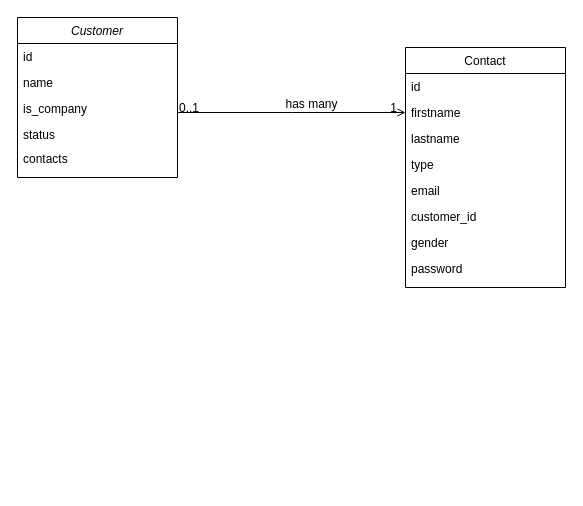
Earlier version of the draw.io diagram mini-crm.drawio (ylahssini/dx-blog). Source tidied: cells renumbered, new cells numbered last; positions are measured from the earlier drawing's top-left corner, leaving out a move shared by most shapes. Both pictures are drawn from the tidied source at 100%, with x=0, y=0 at pixel (17, 17).
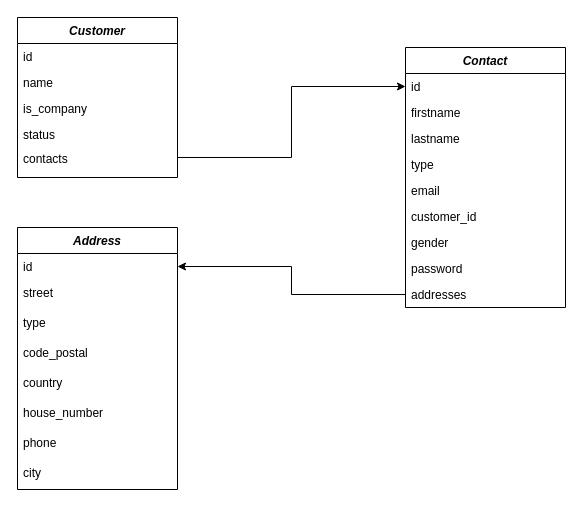
Above is the later version.

Unchanged cells that the change refers to:
```xml
<mxCell id="7" value="contacts" style="text;align=left;verticalAlign=top;spacingLeft=4;spacingRight=4;overflow=hidden;points=[[0,0.5],[1,0.5]];portConstraint=eastwest;rounded=0;shadow=0;html=0;" parent="2" vertex="1">
  <mxGeometry y="128" width="160" height="24" as="geometry" />
</mxCell>
<mxCell id="9" value="id" style="text;align=left;verticalAlign=top;spacingLeft=4;spacingRight=4;overflow=hidden;points=[[0,0.5],[1,0.5]];portConstraint=eastwest;" parent="8" vertex="1">
  <mxGeometry y="26" width="160" height="26" as="geometry" />
</mxCell>
```

Diff of the diagram source:
```diff
@@
-    <mxCell id="2" value="Customer" style="swimlane;fontStyle=2;align=center;verticalAlign=top;horizontal=1;startSize=26;rounded=0;shadow=0;strokeWidth=1;" parent="1" vertex="1">
+    <mxCell id="2" value="Customer" style="swimlane;fontStyle=3;align=center;verticalAlign=top;horizontal=1;startSize=26;rounded=0;shadow=0;strokeWidth=1;" parent="1" vertex="1">
       <mxGeometry width="160" height="160" as="geometry" />
     </mxCell>
@@
-    <mxCell id="8" value="Contact" style="swimlane;fontStyle=0;align=center;verticalAlign=top;horizontal=1;startSize=26;rounded=0;shadow=0;strokeWidth=1;" parent="1" vertex="1">
-      <mxGeometry x="388" y="30" width="160" height="240" as="geometry" />
+    <mxCell id="8" value="Contact" style="swimlane;fontStyle=3;align=center;verticalAlign=top;horizontal=1;startSize=26;rounded=0;shadow=0;strokeWidth=1;" parent="1" vertex="1">
+      <mxGeometry x="388" y="30" width="160" height="260" as="geometry" />
     </mxCell>
@@
-    <mxCell id="17" style="endArrow=open;shadow=0;strokeWidth=1;rounded=0;endFill=1;edgeStyle=elbowEdgeStyle;elbow=vertical;" parent="1" edge="1" source="2" target="8">
-      <mxGeometry x="0.5" y="41" relative="1" as="geometry">
-        <mxPoint x="-40" y="32" as="offset" />
-      </mxGeometry>
-    </mxCell>
-    <mxCell id="18" value="0..1" style="align=left;verticalAlign=bottom;labelBackgroundColor=none;fontSize=12;" parent="17" vertex="1">
-      <mxGeometry x="-1" relative="1" as="geometry">
-        <mxPoint y="4" as="offset" />
-      </mxGeometry>
-    </mxCell>
-    <mxCell id="19" value="1" style="align=right;verticalAlign=bottom;labelBackgroundColor=none;fontSize=12;" parent="17" vertex="1">
-      <mxGeometry x="1" relative="1" as="geometry">
-        <mxPoint x="-7" y="4" as="offset" />
-      </mxGeometry>
-    </mxCell>
-    <mxCell id="20" value="has many" style="text;html=1;align=center;verticalAlign=middle;labelBackgroundColor=none;rounded=0;shadow=0;strokeWidth=1;fontSize=12;" parent="17" vertex="1">
-      <mxGeometry x="0.5" y="49" relative="1" as="geometry">
-        <mxPoint x="-38" y="40" as="offset" />
-      </mxGeometry>
-    </mxCell>
+    <mxCell id="21" value="addresses" style="text;align=left;verticalAlign=top;spacingLeft=4;spacingRight=4;overflow=hidden;points=[[0,0.5],[1,0.5]];portConstraint=eastwest;" parent="8" vertex="1">
+      <mxGeometry y="234" width="160" height="26" as="geometry" />
+    </mxCell>
+    <mxCell id="22" value="Address" style="swimlane;fontStyle=3;align=center;verticalAlign=top;horizontal=1;startSize=26;" parent="1" vertex="1">
+      <mxGeometry y="210" width="160" height="262" as="geometry" />
+    </mxCell>
+    <mxCell id="23" value="id" style="text;strokeColor=none;fillColor=none;align=left;verticalAlign=top;spacingLeft=4;spacingRight=4;overflow=hidden;points=[[0,0.5],[1,0.5]];portConstraint=eastwest;" parent="22" vertex="1">
+      <mxGeometry y="26" width="160" height="26" as="geometry" />
+    </mxCell>
+    <mxCell id="24" value="street" style="text;strokeColor=none;fillColor=none;align=left;verticalAlign=top;spacingLeft=4;spacingRight=4;overflow=hidden;" parent="22" vertex="1">
+      <mxGeometry y="52" width="160" height="30" as="geometry" />
+    </mxCell>
+    <mxCell id="25" value="type" style="text;strokeColor=none;fillColor=none;align=left;verticalAlign=top;spacingLeft=4;spacingRight=4;overflow=hidden;" parent="22" vertex="1">
+      <mxGeometry y="82" width="160" height="30" as="geometry" />
+    </mxCell>
+    <mxCell id="26" value="code_postal" style="text;strokeColor=none;fillColor=none;align=left;verticalAlign=top;spacingLeft=4;spacingRight=4;overflow=hidden;" parent="22" vertex="1">
+      <mxGeometry y="112" width="160" height="30" as="geometry" />
+    </mxCell>
+    <mxCell id="27" value="country" style="text;strokeColor=none;fillColor=none;align=left;verticalAlign=top;spacingLeft=4;spacingRight=4;overflow=hidden;" parent="22" vertex="1">
+      <mxGeometry y="142" width="160" height="30" as="geometry" />
+    </mxCell>
+    <mxCell id="28" value="house_number" style="text;strokeColor=none;fillColor=none;align=left;verticalAlign=top;spacingLeft=4;spacingRight=4;overflow=hidden;" parent="22" vertex="1">
+      <mxGeometry y="172" width="160" height="30" as="geometry" />
+    </mxCell>
+    <mxCell id="29" value="phone" style="text;strokeColor=none;fillColor=none;align=left;verticalAlign=top;spacingLeft=4;spacingRight=4;overflow=hidden;" parent="22" vertex="1">
+      <mxGeometry y="202" width="160" height="30" as="geometry" />
+    </mxCell>
+    <mxCell id="30" value="city" style="text;strokeColor=none;fillColor=none;align=left;verticalAlign=top;spacingLeft=4;spacingRight=4;overflow=hidden;" parent="22" vertex="1">
+      <mxGeometry y="232" width="160" height="30" as="geometry" />
+    </mxCell>
+    <mxCell id="31" style="edgeStyle=orthogonalEdgeStyle;rounded=0;jettySize=auto;html=1;entryX=1;entryY=0.5;entryDx=0;entryDy=0;" parent="1" edge="1" source="21" target="23">
+      <mxGeometry relative="1" as="geometry" />
+    </mxCell>
+    <mxCell id="32" style="edgeStyle=orthogonalEdgeStyle;rounded=0;jettySize=auto;html=1;entryX=0;entryY=0.5;entryDx=0;entryDy=0;" parent="1" edge="1" source="7" target="9">
+      <mxGeometry relative="1" as="geometry" />
+    </mxCell>
```
